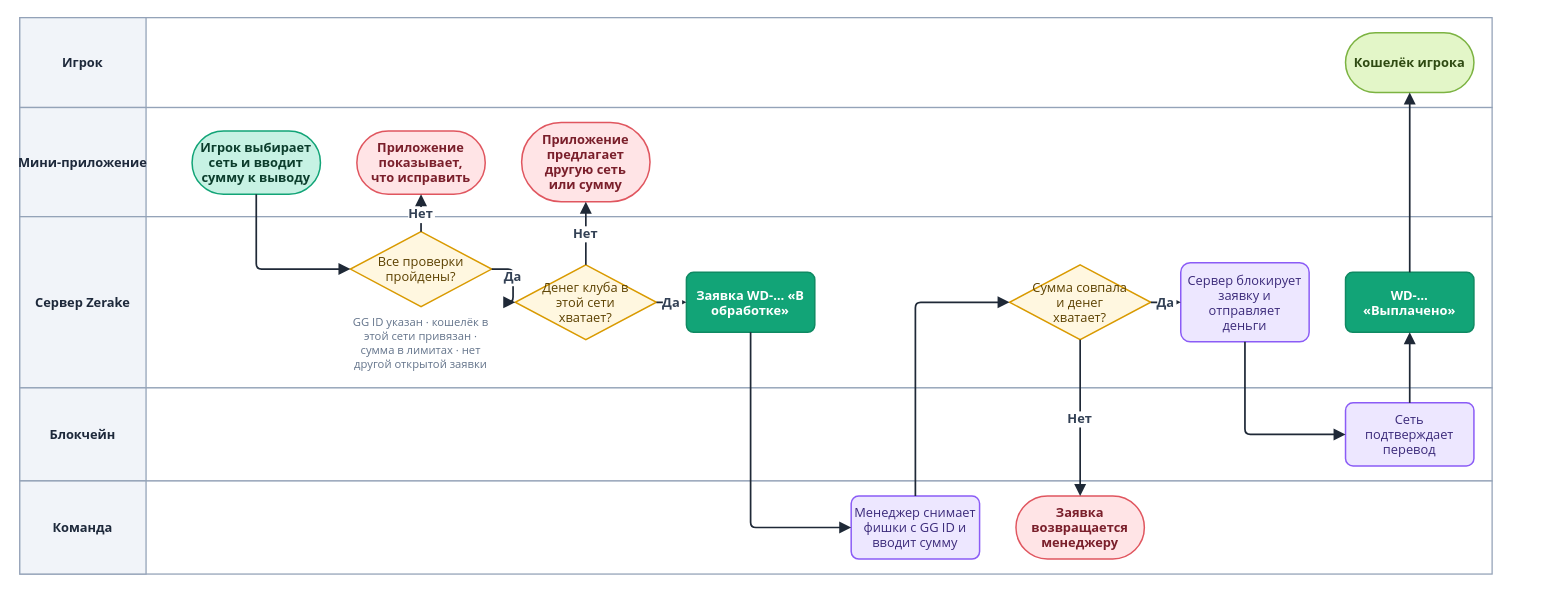
Above: diagrams/drawio/withdrawal.drawio in LILSUFFER/zerake-docs (draw.io), before the change. Source tidied: cells renumbered, new cells numbered last; positions are measured from the earlier drawing's top-left corner, leaving out a move shared by most shapes. Both pictures are drawn from the tidied source at 107%, with x=0, y=0 at pixel (19, 17).
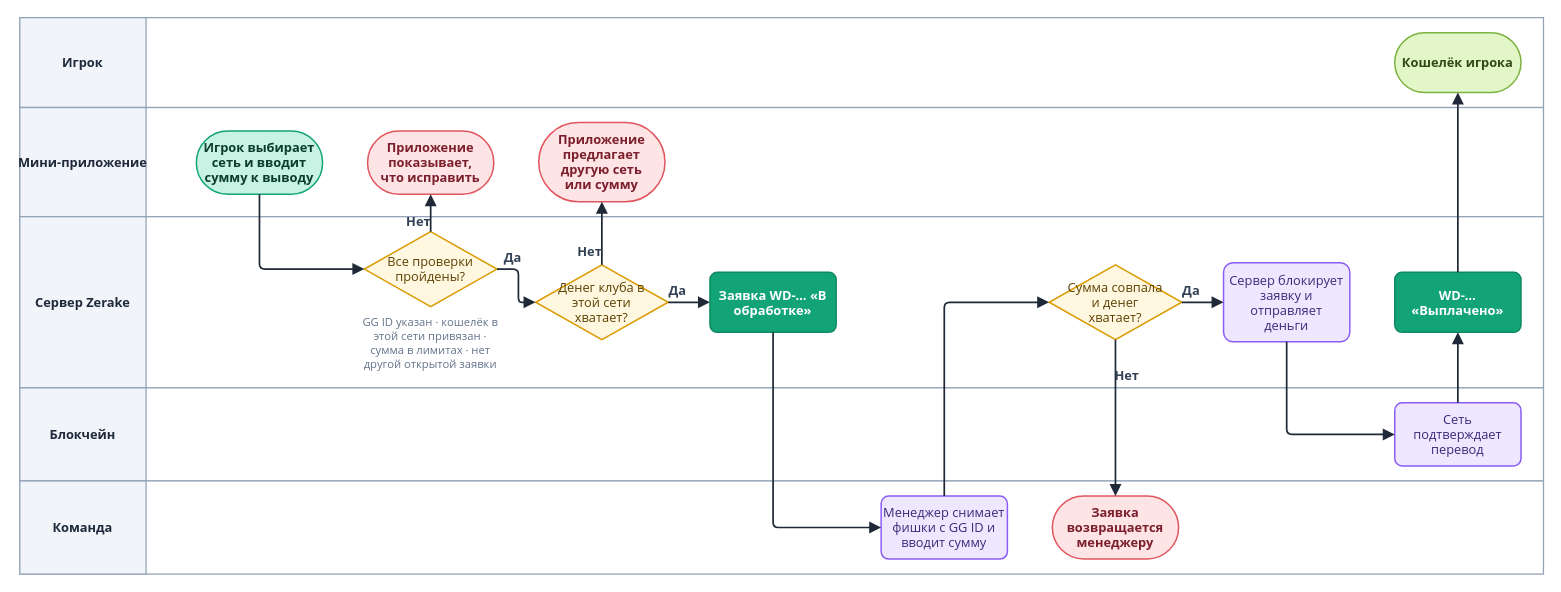
After the change.

Change to the diagram source:
```diff
@@
     <mxCell id="2" style="rounded=0;html=0;fillColor=#FFFFFF;strokeColor=#94A3B8;strokeWidth=1.2;" parent="1" vertex="1">
-      <mxGeometry width="1376" height="84" as="geometry" />
+      <mxGeometry width="1424" height="84" as="geometry" />
     </mxCell>
@@
     <mxCell id="4" style="rounded=0;html=0;fillColor=#FFFFFF;strokeColor=#94A3B8;strokeWidth=1.2;" parent="1" vertex="1">
-      <mxGeometry y="84" width="1376" height="102" as="geometry" />
+      <mxGeometry y="84" width="1424" height="102" as="geometry" />
     </mxCell>
@@
     <mxCell id="6" style="rounded=0;html=0;fillColor=#FFFFFF;strokeColor=#94A3B8;strokeWidth=1.2;" parent="1" vertex="1">
-      <mxGeometry y="186" width="1376" height="160" as="geometry" />
+      <mxGeometry y="186" width="1424" height="160" as="geometry" />
     </mxCell>
@@
     <mxCell id="8" style="rounded=0;html=0;fillColor=#FFFFFF;strokeColor=#94A3B8;strokeWidth=1.2;" parent="1" vertex="1">
-      <mxGeometry y="346" width="1376" height="87" as="geometry" />
+      <mxGeometry y="346" width="1424" height="87" as="geometry" />
     </mxCell>
@@
     <mxCell id="10" style="rounded=0;html=0;fillColor=#FFFFFF;strokeColor=#94A3B8;strokeWidth=1.2;" parent="1" vertex="1">
-      <mxGeometry y="433" width="1376" height="87" as="geometry" />
+      <mxGeometry y="433" width="1424" height="87" as="geometry" />
     </mxCell>
@@
     <mxCell id="12" value="Игрок выбирает&#10;сеть и вводит&#10;сумму к выводу" style="rounded=1;arcSize=50;html=0;fontStyle=1;fillColor=#C7F2E4;strokeColor=#12A477;fontColor=#0B3D2C;fontFamily=Segoe UI;fontSize=12;strokeWidth=1.4;" parent="1" vertex="1">
-      <mxGeometry x="161" y="106" width="120" height="59" as="geometry" />
+      <mxGeometry x="165" y="106" width="118" height="59" as="geometry" />
     </mxCell>
     <mxCell id="13" value="GG ID указан · кошелёк в&#10;этой сети привязан ·&#10;сумма в лимитах · нет&#10;другой открытой заявки" style="text;html=0;align=center;verticalAlign=top;fontFamily=Segoe UI;fontSize=10.5;fontColor=#64748B;" parent="1" vertex="1">
-      <mxGeometry x="289" y="272" width="172" height="62" as="geometry" />
+      <mxGeometry x="302" y="272" width="164" height="62" as="geometry" />
     </mxCell>
     <mxCell id="14" value="Все проверки&#10;пройдены?" style="rhombus;html=0;fillColor=#FFF7E0;strokeColor=#D99A00;fontColor=#5C4100;fontFamily=Segoe UI;fontSize=12;strokeWidth=1.4;" parent="1" vertex="1">
-      <mxGeometry x="309" y="200" width="132" height="70" as="geometry" />
+      <mxGeometry x="322" y="200" width="124" height="70" as="geometry" />
     </mxCell>
     <mxCell id="15" value="Приложение&#10;показывает,&#10;что исправить" style="rounded=1;arcSize=50;html=0;fontStyle=1;fillColor=#FFE4E6;strokeColor=#E0565F;fontColor=#7A1F2B;fontFamily=Segoe UI;fontSize=12;strokeWidth=1.4;" parent="1" vertex="1">
-      <mxGeometry x="315" y="106" width="120" height="59" as="geometry" />
+      <mxGeometry x="325" y="106" width="118" height="59" as="geometry" />
     </mxCell>
     <mxCell id="16" value="Денег клуба в&#10;этой сети&#10;хватает?" style="rhombus;html=0;fillColor=#FFF7E0;strokeColor=#D99A00;fontColor=#5C4100;fontFamily=Segoe UI;fontSize=12;strokeWidth=1.4;" parent="1" vertex="1">
-      <mxGeometry x="463" y="231" width="132" height="70" as="geometry" />
+      <mxGeometry x="482" y="231" width="124" height="70" as="geometry" />
     </mxCell>
     <mxCell id="17" value="Приложение&#10;предлагает&#10;другую сеть&#10;или сумму" style="rounded=1;arcSize=50;html=0;fontStyle=1;fillColor=#FFE4E6;strokeColor=#E0565F;fontColor=#7A1F2B;fontFamily=Segoe UI;fontSize=12;strokeWidth=1.4;" parent="1" vertex="1">
-      <mxGeometry x="469" y="98" width="120" height="74" as="geometry" />
+      <mxGeometry x="485" y="98" width="118" height="74" as="geometry" />
     </mxCell>
     <mxCell id="18" value="Заявка WD-… «В&#10;обработке»" style="rounded=1;arcSize=12;html=0;fillColor=#12A477;strokeColor=#0F8A63;fontColor=#FFFFFF;fontStyle=1;fontFamily=Segoe UI;fontSize=12;strokeWidth=1.4;" parent="1" vertex="1">
-      <mxGeometry x="623" y="238" width="120" height="56" as="geometry" />
+      <mxGeometry x="645" y="238" width="118" height="56" as="geometry" />
     </mxCell>
     <mxCell id="19" value="Менеджер снимает&#10;фишки с GG ID и&#10;вводит сумму" style="rounded=1;arcSize=12;html=0;fillColor=#EDE7FF;strokeColor=#8B5CF6;fontColor=#3B2A7A;fontFamily=Segoe UI;fontSize=12;strokeWidth=1.4;" parent="1" vertex="1">
-      <mxGeometry x="777" y="447" width="120" height="59" as="geometry" />
+      <mxGeometry x="805" y="447" width="118" height="59" as="geometry" />
     </mxCell>
     <mxCell id="20" value="Сумма совпала&#10;и денег&#10;хватает?" style="rhombus;html=0;fillColor=#FFF7E0;strokeColor=#D99A00;fontColor=#5C4100;fontFamily=Segoe UI;fontSize=12;strokeWidth=1.4;" parent="1" vertex="1">
-      <mxGeometry x="925" y="231" width="132" height="70" as="geometry" />
+      <mxGeometry x="962" y="231" width="124" height="70" as="geometry" />
     </mxCell>
     <mxCell id="21" value="Заявка&#10;возвращается&#10;менеджеру" style="rounded=1;arcSize=50;html=0;fontStyle=1;fillColor=#FFE4E6;strokeColor=#E0565F;fontColor=#7A1F2B;fontFamily=Segoe UI;fontSize=12;strokeWidth=1.4;" parent="1" vertex="1">
-      <mxGeometry x="931" y="447" width="120" height="59" as="geometry" />
+      <mxGeometry x="965" y="447" width="118" height="59" as="geometry" />
     </mxCell>
     <mxCell id="22" value="Сервер блокирует&#10;заявку и&#10;отправляет&#10;деньги" style="rounded=1;arcSize=12;html=0;fillColor=#EDE7FF;strokeColor=#8B5CF6;fontColor=#3B2A7A;fontFamily=Segoe UI;fontSize=12;strokeWidth=1.4;" parent="1" vertex="1">
-      <mxGeometry x="1085" y="229" width="120" height="74" as="geometry" />
+      <mxGeometry x="1125" y="229" width="118" height="74" as="geometry" />
     </mxCell>
     <mxCell id="23" value="Сеть&#10;подтверждает&#10;перевод" style="rounded=1;arcSize=12;html=0;fillColor=#EDE7FF;strokeColor=#8B5CF6;fontColor=#3B2A7A;fontFamily=Segoe UI;fontSize=12;strokeWidth=1.4;" parent="1" vertex="1">
-      <mxGeometry x="1239" y="360" width="120" height="59" as="geometry" />
+      <mxGeometry x="1285" y="360" width="118" height="59" as="geometry" />
     </mxCell>
     <mxCell id="24" value="WD-…&#10;«Выплачено»" style="rounded=1;arcSize=12;html=0;fillColor=#12A477;strokeColor=#0F8A63;fontColor=#FFFFFF;fontStyle=1;fontFamily=Segoe UI;fontSize=12;strokeWidth=1.4;" parent="1" vertex="1">
-      <mxGeometry x="1239" y="238" width="120" height="56" as="geometry" />
+      <mxGeometry x="1285" y="238" width="118" height="56" as="geometry" />
     </mxCell>
     <mxCell id="25" value="Кошелёк игрока" style="rounded=1;arcSize=50;html=0;fontStyle=1;fillColor=#E3F6C8;strokeColor=#7CB342;fontColor=#2F4A12;fontFamily=Segoe UI;fontSize=12;strokeWidth=1.4;" parent="1" vertex="1">
-      <mxGeometry x="1239" y="14" width="120" height="56" as="geometry" />
+      <mxGeometry x="1285" y="14" width="118" height="56" as="geometry" />
     </mxCell>
-    <mxCell id="26" style="edgeStyle=orthogonalEdgeStyle;rounded=1;arcSize=10;jettySize=auto;html=0;strokeColor=#1F2937;strokeWidth=1.6;endArrow=block;endFill=1;endSize=7;fontFamily=Segoe UI;fontSize=12;fontStyle=1;fontColor=#334155;labelBackgroundColor=#FFFFFF;exitX=0.5;exitY=1;entryX=0;entryY=0.5;" parent="1" edge="1" source="12" target="14">
+    <mxCell id="26" style="edgeStyle=orthogonalEdgeStyle;rounded=1;arcSize=10;jettySize=auto;html=0;strokeColor=#1F2937;strokeWidth=1.6;endArrow=block;endFill=1;endSize=7;fontFamily=Segoe UI;fontSize=12;fontStyle=1;fontColor=#334155;labelBackgroundColor=none;exitX=0.5;exitY=1;entryX=0;entryY=0.5;" parent="1" edge="1" source="12" target="14">
       <mxGeometry relative="1" as="geometry" />
     </mxCell>
-    <mxCell id="27" value="Нет" style="edgeStyle=orthogonalEdgeStyle;rounded=1;arcSize=10;jettySize=auto;html=0;strokeColor=#1F2937;strokeWidth=1.6;endArrow=block;endFill=1;endSize=7;fontFamily=Segoe UI;fontSize=12;fontStyle=1;fontColor=#334155;labelBackgroundColor=#FFFFFF;" parent="1" edge="1" source="14" target="15">
-      <mxGeometry relative="1" as="geometry" />
+    <mxCell id="27" value="Нет" style="edgeStyle=orthogonalEdgeStyle;rounded=1;arcSize=10;jettySize=auto;html=0;strokeColor=#1F2937;strokeWidth=1.6;endArrow=block;endFill=1;endSize=7;fontFamily=Segoe UI;fontSize=12;fontStyle=1;fontColor=#334155;labelBackgroundColor=none;" parent="1" edge="1" source="14" target="15">
+      <mxGeometry x="-0.55" y="11" relative="1" as="geometry" />
     </mxCell>
-    <mxCell id="28" value="Да" style="edgeStyle=orthogonalEdgeStyle;rounded=1;arcSize=10;jettySize=auto;html=0;strokeColor=#1F2937;strokeWidth=1.6;endArrow=block;endFill=1;endSize=7;fontFamily=Segoe UI;fontSize=12;fontStyle=1;fontColor=#334155;labelBackgroundColor=#FFFFFF;" parent="1" edge="1" source="14" target="16">
-      <mxGeometry relative="1" as="geometry" />
+    <mxCell id="28" value="Да" style="edgeStyle=orthogonalEdgeStyle;rounded=1;arcSize=10;jettySize=auto;html=0;strokeColor=#1F2937;strokeWidth=1.6;endArrow=block;endFill=1;endSize=7;fontFamily=Segoe UI;fontSize=12;fontStyle=1;fontColor=#334155;labelBackgroundColor=none;" parent="1" edge="1" source="14" target="16">
+      <mxGeometry x="-0.55" y="11" relative="1" as="geometry" />
     </mxCell>
-    <mxCell id="29" value="Нет" style="edgeStyle=orthogonalEdgeStyle;rounded=1;arcSize=10;jettySize=auto;html=0;strokeColor=#1F2937;strokeWidth=1.6;endArrow=block;endFill=1;endSize=7;fontFamily=Segoe UI;fontSize=12;fontStyle=1;fontColor=#334155;labelBackgroundColor=#FFFFFF;" parent="1" edge="1" source="16" target="17">
-      <mxGeometry relative="1" as="geometry" />
+    <mxCell id="29" value="Нет" style="edgeStyle=orthogonalEdgeStyle;rounded=1;arcSize=10;jettySize=auto;html=0;strokeColor=#1F2937;strokeWidth=1.6;endArrow=block;endFill=1;endSize=7;fontFamily=Segoe UI;fontSize=12;fontStyle=1;fontColor=#334155;labelBackgroundColor=none;" parent="1" edge="1" source="16" target="17">
+      <mxGeometry x="-0.55" y="11" relative="1" as="geometry" />
     </mxCell>
-    <mxCell id="30" value="Да" style="edgeStyle=orthogonalEdgeStyle;rounded=1;arcSize=10;jettySize=auto;html=0;strokeColor=#1F2937;strokeWidth=1.6;endArrow=block;endFill=1;endSize=7;fontFamily=Segoe UI;fontSize=12;fontStyle=1;fontColor=#334155;labelBackgroundColor=#FFFFFF;" parent="1" edge="1" source="16" target="18">
-      <mxGeometry relative="1" as="geometry" />
+    <mxCell id="30" value="Да" style="edgeStyle=orthogonalEdgeStyle;rounded=1;arcSize=10;jettySize=auto;html=0;strokeColor=#1F2937;strokeWidth=1.6;endArrow=block;endFill=1;endSize=7;fontFamily=Segoe UI;fontSize=12;fontStyle=1;fontColor=#334155;labelBackgroundColor=none;" parent="1" edge="1" source="16" target="18">
+      <mxGeometry x="-0.55" y="11" relative="1" as="geometry" />
     </mxCell>
-    <mxCell id="31" style="edgeStyle=orthogonalEdgeStyle;rounded=1;arcSize=10;jettySize=auto;html=0;strokeColor=#1F2937;strokeWidth=1.6;endArrow=block;endFill=1;endSize=7;fontFamily=Segoe UI;fontSize=12;fontStyle=1;fontColor=#334155;labelBackgroundColor=#FFFFFF;exitX=0.5;exitY=1;entryX=0;entryY=0.5;" parent="1" edge="1" source="18" target="19">
+    <mxCell id="31" style="edgeStyle=orthogonalEdgeStyle;rounded=1;arcSize=10;jettySize=auto;html=0;strokeColor=#1F2937;strokeWidth=1.6;endArrow=block;endFill=1;endSize=7;fontFamily=Segoe UI;fontSize=12;fontStyle=1;fontColor=#334155;labelBackgroundColor=none;exitX=0.5;exitY=1;entryX=0;entryY=0.5;" parent="1" edge="1" source="18" target="19">
       <mxGeometry relative="1" as="geometry" />
     </mxCell>
-    <mxCell id="32" style="edgeStyle=orthogonalEdgeStyle;rounded=1;arcSize=10;jettySize=auto;html=0;strokeColor=#1F2937;strokeWidth=1.6;endArrow=block;endFill=1;endSize=7;fontFamily=Segoe UI;fontSize=12;fontStyle=1;fontColor=#334155;labelBackgroundColor=#FFFFFF;exitX=0.5;exitY=0;entryX=0;entryY=0.5;" parent="1" edge="1" source="19" target="20">
+    <mxCell id="32" style="edgeStyle=orthogonalEdgeStyle;rounded=1;arcSize=10;jettySize=auto;html=0;strokeColor=#1F2937;strokeWidth=1.6;endArrow=block;endFill=1;endSize=7;fontFamily=Segoe UI;fontSize=12;fontStyle=1;fontColor=#334155;labelBackgroundColor=none;exitX=0.5;exitY=0;entryX=0;entryY=0.5;" parent="1" edge="1" source="19" target="20">
       <mxGeometry relative="1" as="geometry" />
     </mxCell>
-    <mxCell id="33" value="Нет" style="edgeStyle=orthogonalEdgeStyle;rounded=1;arcSize=10;jettySize=auto;html=0;strokeColor=#1F2937;strokeWidth=1.6;endArrow=block;endFill=1;endSize=7;fontFamily=Segoe UI;fontSize=12;fontStyle=1;fontColor=#334155;labelBackgroundColor=#FFFFFF;" parent="1" edge="1" source="20" target="21">
-      <mxGeometry relative="1" as="geometry" />
+    <mxCell id="33" value="Нет" style="edgeStyle=orthogonalEdgeStyle;rounded=1;arcSize=10;jettySize=auto;html=0;strokeColor=#1F2937;strokeWidth=1.6;endArrow=block;endFill=1;endSize=7;fontFamily=Segoe UI;fontSize=12;fontStyle=1;fontColor=#334155;labelBackgroundColor=none;" parent="1" edge="1" source="20" target="21">
+      <mxGeometry x="-0.55" y="11" relative="1" as="geometry" />
     </mxCell>
-    <mxCell id="34" value="Да" style="edgeStyle=orthogonalEdgeStyle;rounded=1;arcSize=10;jettySize=auto;html=0;strokeColor=#1F2937;strokeWidth=1.6;endArrow=block;endFill=1;endSize=7;fontFamily=Segoe UI;fontSize=12;fontStyle=1;fontColor=#334155;labelBackgroundColor=#FFFFFF;" parent="1" edge="1" source="20" target="22">
-      <mxGeometry relative="1" as="geometry" />
+    <mxCell id="34" value="Да" style="edgeStyle=orthogonalEdgeStyle;rounded=1;arcSize=10;jettySize=auto;html=0;strokeColor=#1F2937;strokeWidth=1.6;endArrow=block;endFill=1;endSize=7;fontFamily=Segoe UI;fontSize=12;fontStyle=1;fontColor=#334155;labelBackgroundColor=none;" parent="1" edge="1" source="20" target="22">
+      <mxGeometry x="-0.55" y="11" relative="1" as="geometry" />
     </mxCell>
-    <mxCell id="35" style="edgeStyle=orthogonalEdgeStyle;rounded=1;arcSize=10;jettySize=auto;html=0;strokeColor=#1F2937;strokeWidth=1.6;endArrow=block;endFill=1;endSize=7;fontFamily=Segoe UI;fontSize=12;fontStyle=1;fontColor=#334155;labelBackgroundColor=#FFFFFF;exitX=0.5;exitY=1;entryX=0;entryY=0.5;" parent="1" edge="1" source="22" target="23">
+    <mxCell id="35" style="edgeStyle=orthogonalEdgeStyle;rounded=1;arcSize=10;jettySize=auto;html=0;strokeColor=#1F2937;strokeWidth=1.6;endArrow=block;endFill=1;endSize=7;fontFamily=Segoe UI;fontSize=12;fontStyle=1;fontColor=#334155;labelBackgroundColor=none;exitX=0.5;exitY=1;entryX=0;entryY=0.5;" parent="1" edge="1" source="22" target="23">
       <mxGeometry relative="1" as="geometry" />
     </mxCell>
-    <mxCell id="36" style="edgeStyle=orthogonalEdgeStyle;rounded=1;arcSize=10;jettySize=auto;html=0;strokeColor=#1F2937;strokeWidth=1.6;endArrow=block;endFill=1;endSize=7;fontFamily=Segoe UI;fontSize=12;fontStyle=1;fontColor=#334155;labelBackgroundColor=#FFFFFF;" parent="1" edge="1" source="23" target="24">
+    <mxCell id="36" style="edgeStyle=orthogonalEdgeStyle;rounded=1;arcSize=10;jettySize=auto;html=0;strokeColor=#1F2937;strokeWidth=1.6;endArrow=block;endFill=1;endSize=7;fontFamily=Segoe UI;fontSize=12;fontStyle=1;fontColor=#334155;labelBackgroundColor=none;" parent="1" edge="1" source="23" target="24">
       <mxGeometry relative="1" as="geometry" />
     </mxCell>
-    <mxCell id="37" style="edgeStyle=orthogonalEdgeStyle;rounded=1;arcSize=10;jettySize=auto;html=0;strokeColor=#1F2937;strokeWidth=1.6;endArrow=block;endFill=1;endSize=7;fontFamily=Segoe UI;fontSize=12;fontStyle=1;fontColor=#334155;labelBackgroundColor=#FFFFFF;" parent="1" edge="1" source="24" target="25">
+    <mxCell id="37" style="edgeStyle=orthogonalEdgeStyle;rounded=1;arcSize=10;jettySize=auto;html=0;strokeColor=#1F2937;strokeWidth=1.6;endArrow=block;endFill=1;endSize=7;fontFamily=Segoe UI;fontSize=12;fontStyle=1;fontColor=#334155;labelBackgroundColor=none;" parent="1" edge="1" source="24" target="25">
       <mxGeometry relative="1" as="geometry" />
     </mxCell>
```
